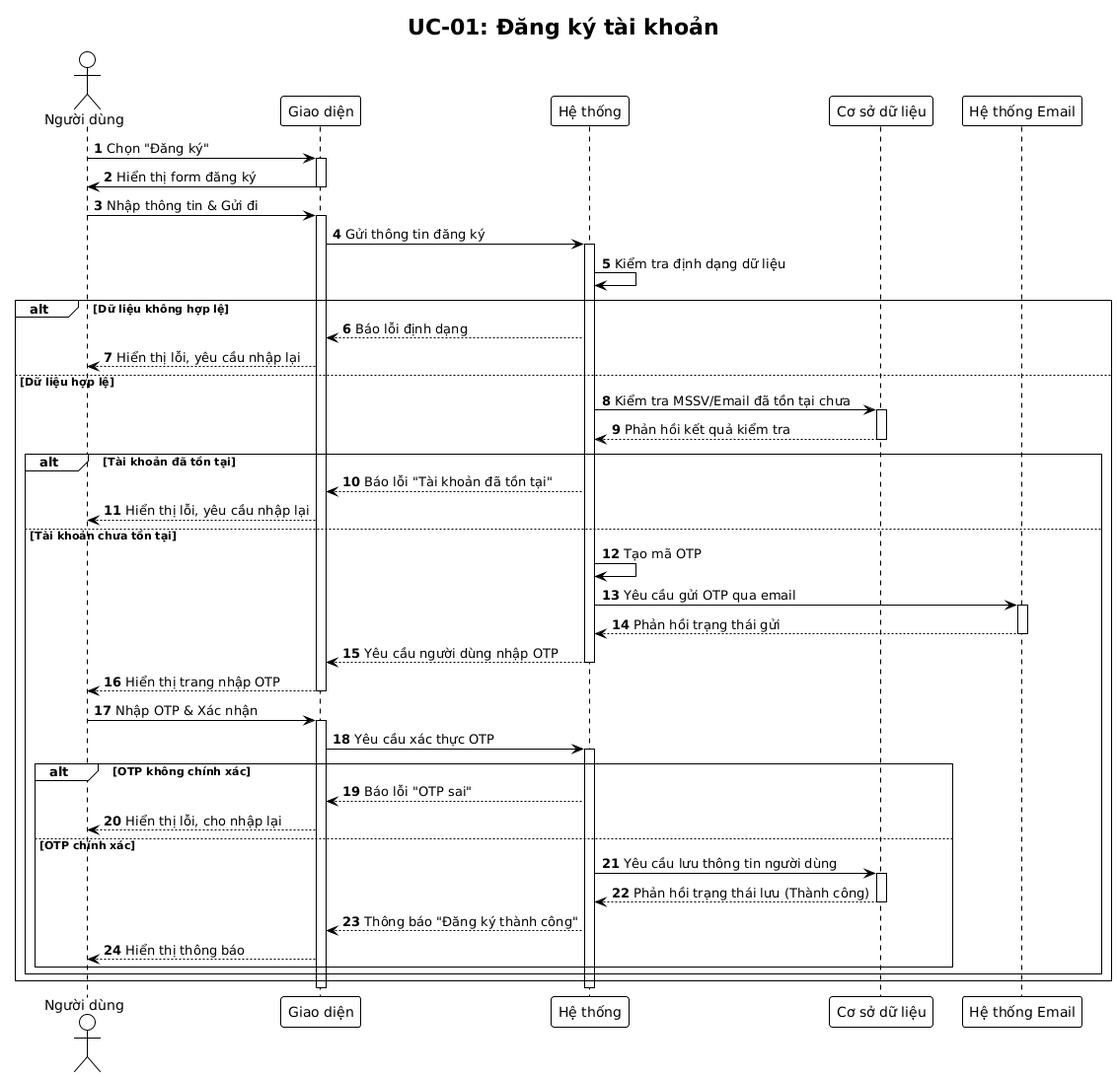
Earlier version of the PlantUML export Picture/SEUC01.png (MrCopperrrr/Software_Engineering_Assignment_Report). The source it was exported from:
```plantuml
@startuml
!theme plain
autonumber
actor "Người dùng" as User
participant "Giao diện" as UI
participant "Hệ thống" as System
participant "Cơ sở dữ liệu" as DB
participant "Hệ thống Email" as EmailService
title UC-01: Đăng ký tài khoản
User -> UI: Chọn "Đăng ký"
activate UI
UI -> User: Hiển thị form đăng ký
deactivate UI

User -> UI: Nhập thông tin & Gửi đi
activate UI
UI -> System: Gửi thông tin đăng ký
activate System

System -> System: Kiểm tra định dạng dữ liệu
alt Dữ liệu không hợp lệ
    System --> UI: Báo lỗi định dạng
    UI --> User: Hiển thị lỗi, yêu cầu nhập lại
else Dữ liệu hợp lệ
    System -> DB: Kiểm tra MSSV/Email đã tồn tại chưa
    activate DB
    DB --> System: Phản hồi kết quả kiểm tra
    deactivate DB

    alt Tài khoản đã tồn tại
        System --> UI: Báo lỗi "Tài khoản đã tồn tại"
        UI --> User: Hiển thị lỗi, yêu cầu nhập lại
    else Tài khoản chưa tồn tại
        System -> System: Tạo mã OTP
        System -> EmailService: Yêu cầu gửi OTP qua email
        activate EmailService
        EmailService --> System: Phản hồi trạng thái gửi
        deactivate EmailService

        System --> UI: Yêu cầu người dùng nhập OTP
        deactivate System
        UI --> User: Hiển thị trang nhập OTP
        deactivate UI

        User -> UI: Nhập OTP & Xác nhận
        activate UI
        UI -> System: Yêu cầu xác thực OTP
        activate System

        alt OTP không chính xác
            System --> UI: Báo lỗi "OTP sai"
            UI --> User: Hiển thị lỗi, cho nhập lại
        else OTP chính xác
            System -> DB: Yêu cầu lưu thông tin người dùng
            activate DB
            DB --> System: Phản hồi trạng thái lưu (Thành công)
            deactivate DB
            System --> UI: Thông báo "Đăng ký thành công"
            UI --> User: Hiển thị thông báo
        end
    end
end

deactivate System
deactivate UI
@enduml
```
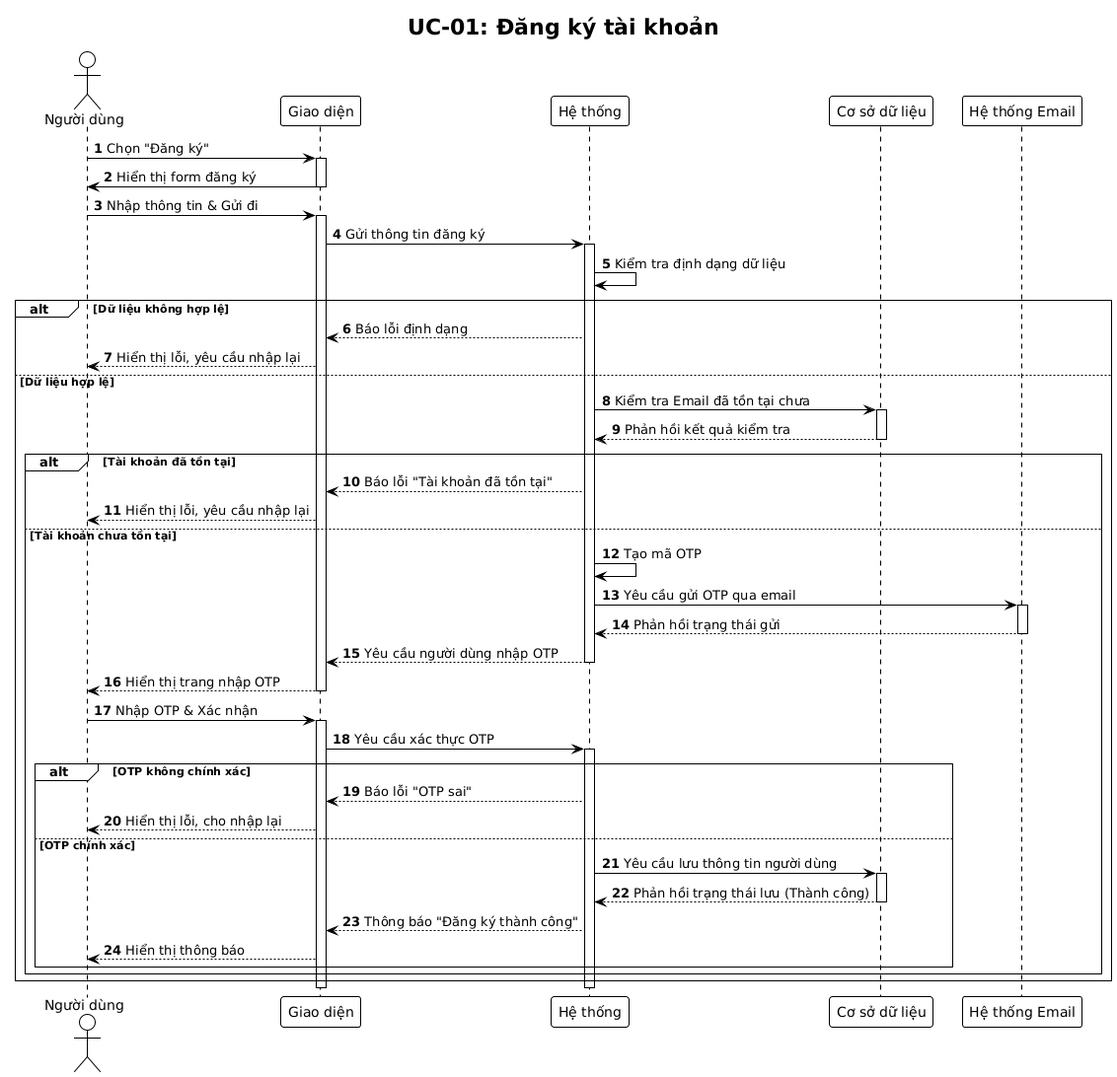
The same file after the commit.

Diff of the diagram source:
```diff
@@ -22,7 +22,7 @@
     System --> UI: Báo lỗi định dạng
     UI --> User: Hiển thị lỗi, yêu cầu nhập lại
 else Dữ liệu hợp lệ
-    System -> DB: Kiểm tra MSSV/Email đã tồn tại chưa
+    System -> DB: Kiểm tra Email đã tồn tại chưa
     activate DB
     DB --> System: Phản hồi kết quả kiểm tra
     deactivate DB
```
